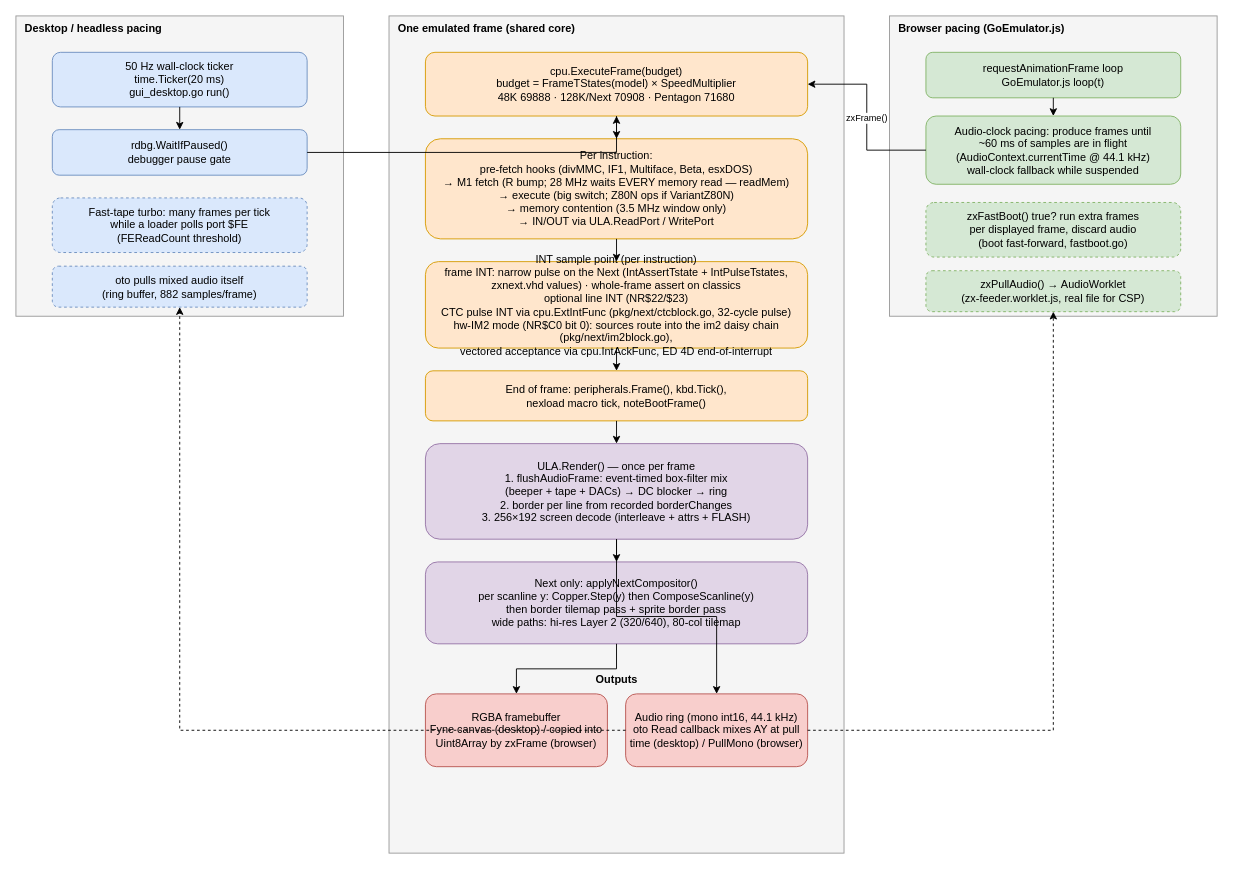
Above: packages/emulator-core/zx_go/docs/architecture/diagrams/frame-loop.drawio in stever/zxcode (draw.io), before the change. Source tidied: cells renumbered, new cells numbered last; positions are measured from the earlier drawing's top-left corner, leaving out a move shared by most shapes. Both pictures are drawn from the tidied source at 91%, with x=0, y=0 at pixel (15, 15).
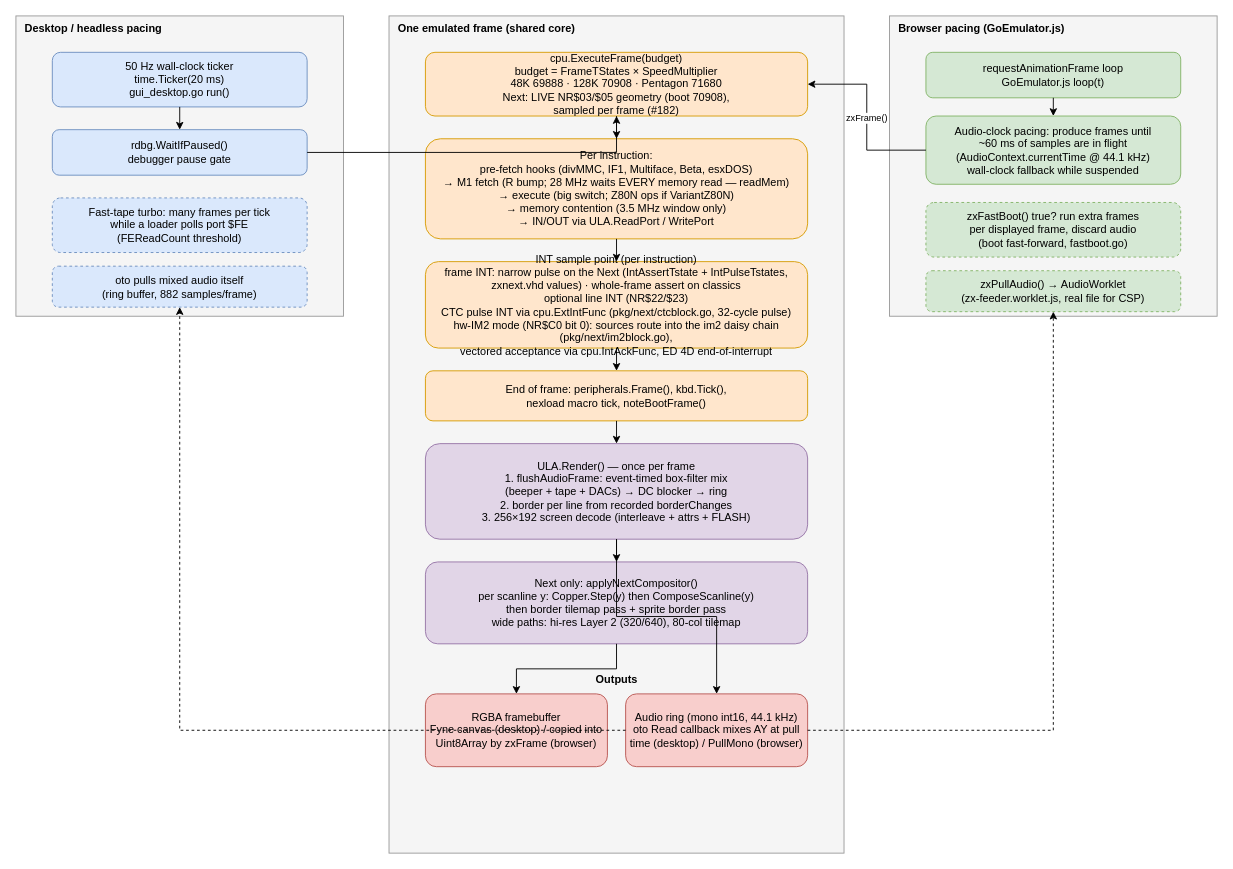
The same page after the edit.

Change to the diagram source:
```diff
@@
-    <mxCell id="13" value="cpu.ExecuteFrame(budget)&#10;budget = FrameTStates(model) × SpeedMultiplier&#10;48K 69888 · 128K/Next 70908 · Pentagon 71680" style="rounded=1;whiteSpace=wrap;html=1;fillColor=#ffe6cc;strokeColor=#d79b00;" parent="1" vertex="1">
+    <mxCell id="13" value="cpu.ExecuteFrame(budget)&#10;budget = FrameTStates × SpeedMultiplier&#10;48K 69888 · 128K 70908 · Pentagon 71680&#10;Next: LIVE NR$03/$05 geometry (boot 70908),&#10;sampled per frame (#182)" style="rounded=1;whiteSpace=wrap;html=1;fillColor=#ffe6cc;strokeColor=#d79b00;" parent="1" vertex="1">
       <mxGeometry x="450" y="40" width="420" height="70" as="geometry" />
     </mxCell>
```
